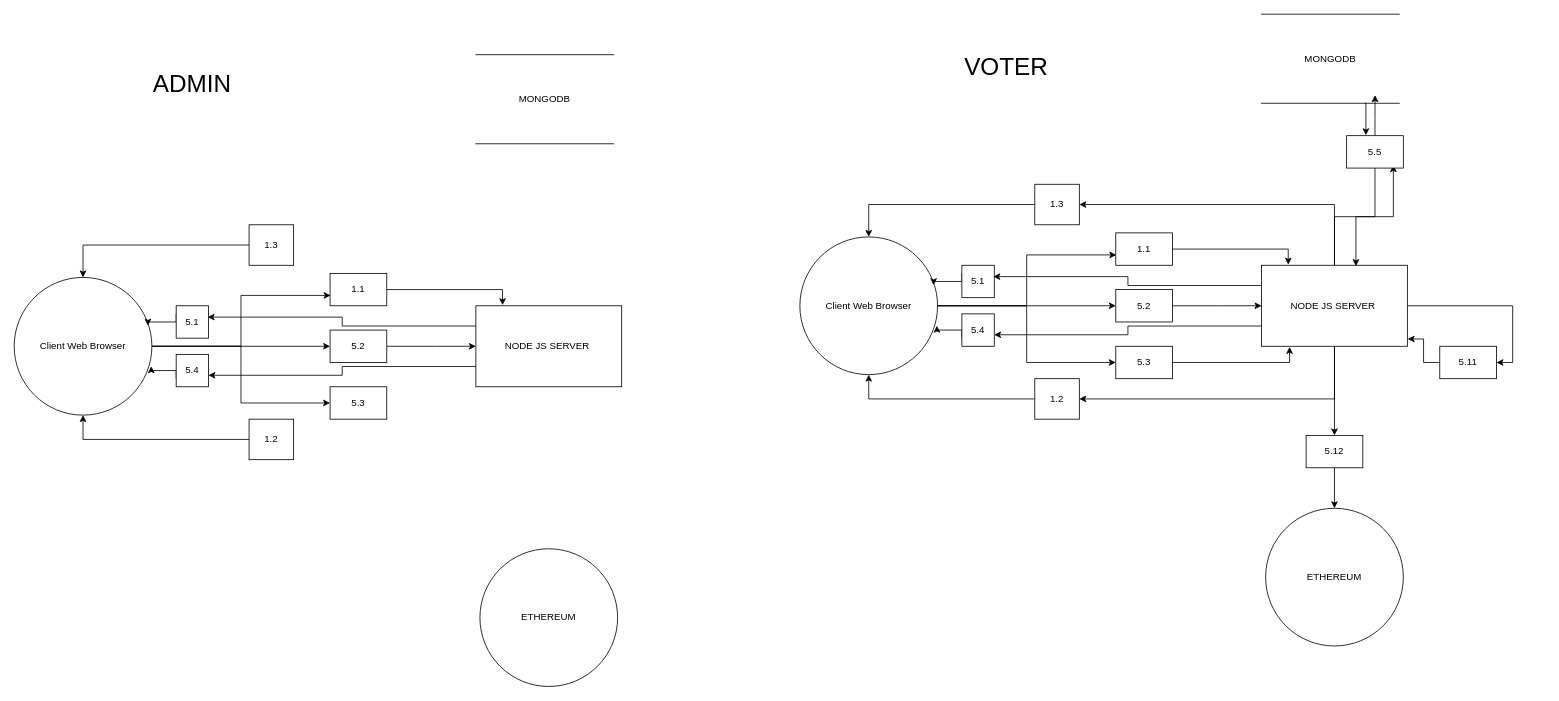
Before: ThreatDragonModels/PE-1/Untitled Diagram.drawio in Ramirez-Benmar/DFD1, a draw.io diagram. Source tidied: cells renumbered, new cells numbered last; positions are measured from the earlier drawing's top-left corner, leaving out a move shared by most shapes. Both pictures are drawn from the tidied source at 81%, with x=0, y=0 at pixel (14, 14).
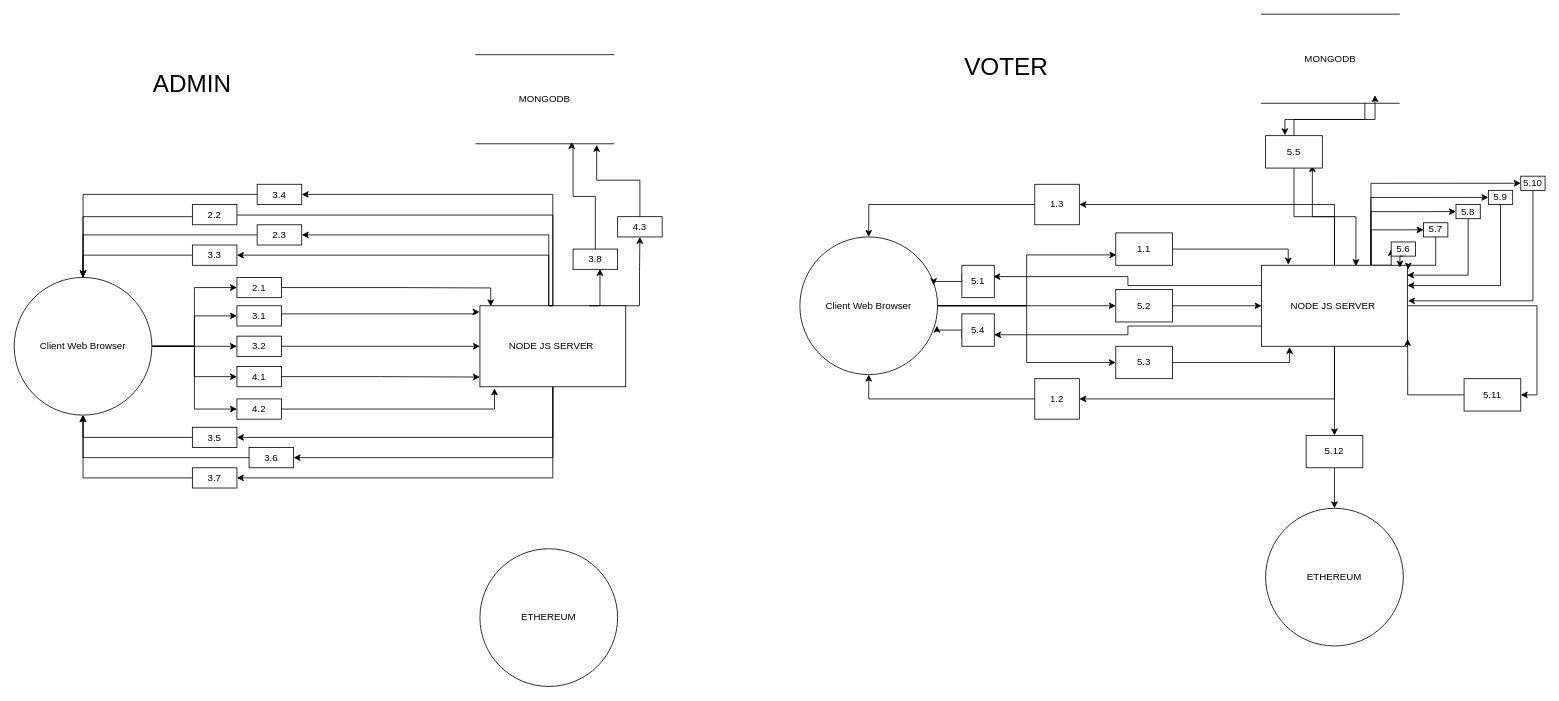
Above is the later version.

The change refers to these unchanged cells:
```xml
<mxCell id="10" value="NODE JS SERVER&amp;nbsp;" style="rounded=0;whiteSpace=wrap;html=1;" parent="1" vertex="1">
  <mxGeometry x="1540" y="310" width="180" height="100" as="geometry" />
</mxCell>
<mxCell id="41" value="Client Web Browser" style="ellipse;whiteSpace=wrap;html=1;" parent="1" vertex="1">
  <mxGeometry y="325" width="170" height="170" as="geometry" />
</mxCell>
<mxCell id="44" value="MONGODB" style="html=1;dashed=0;whiteSpace=wrap;shape=partialRectangle;right=0;left=0;" parent="1" vertex="1">
  <mxGeometry x="570" y="50" width="170" height="110" as="geometry" />
</mxCell>
```

The edit, as a diff of the source:
```diff
@@
+    <mxCell id="62" style="edgeStyle=orthogonalEdgeStyle;rounded=0;jettySize=auto;html=1;exitX=0.75;exitY=0;exitDx=0;exitDy=0;entryX=0;entryY=0.5;entryDx=0;entryDy=0;" parent="1" edge="1" source="10" target="109">
+      <mxGeometry relative="1" as="geometry" />
+    </mxCell>
+    <mxCell id="63" style="edgeStyle=orthogonalEdgeStyle;rounded=0;jettySize=auto;html=1;exitX=0.75;exitY=0;exitDx=0;exitDy=0;entryX=0;entryY=0.5;entryDx=0;entryDy=0;" parent="1" edge="1" source="10" target="110">
+      <mxGeometry relative="1" as="geometry" />
+    </mxCell>
+    <mxCell id="64" style="edgeStyle=orthogonalEdgeStyle;rounded=0;jettySize=auto;html=1;exitX=0.75;exitY=0;exitDx=0;exitDy=0;entryX=0;entryY=0.5;entryDx=0;entryDy=0;" parent="1" edge="1" source="10" target="111">
+      <mxGeometry relative="1" as="geometry" />
+    </mxCell>
+    <mxCell id="65" style="edgeStyle=orthogonalEdgeStyle;rounded=0;jettySize=auto;html=1;exitX=0.75;exitY=0;exitDx=0;exitDy=0;entryX=0;entryY=0.5;entryDx=0;entryDy=0;" parent="1" edge="1" source="10" target="113">
+      <mxGeometry relative="1" as="geometry" />
+    </mxCell>
+    <mxCell id="66" style="edgeStyle=orthogonalEdgeStyle;rounded=0;jettySize=auto;html=1;exitX=0.75;exitY=0;exitDx=0;exitDy=0;entryX=0;entryY=0.5;entryDx=0;entryDy=0;" parent="1" edge="1" source="10" target="114">
+      <mxGeometry relative="1" as="geometry" />
+    </mxCell>
@@
     <mxCell id="31" value="5.5" style="rounded=0;whiteSpace=wrap;html=1;" parent="1" vertex="1">
-      <mxGeometry x="1645" y="150" width="70" height="40" as="geometry" />
+      <mxGeometry x="1545" y="150" width="70" height="40" as="geometry" />
     </mxCell>
@@
     <mxCell id="36" value="5.11" style="rounded=0;whiteSpace=wrap;html=1;" parent="1" vertex="1">
-      <mxGeometry x="1760" y="410" width="70" height="40" as="geometry" />
+      <mxGeometry x="1790" y="450" width="70" height="40" as="geometry" />
     </mxCell>
     <mxCell id="37" style="edgeStyle=orthogonalEdgeStyle;rounded=0;jettySize=auto;html=1;exitX=0;exitY=0.5;exitDx=0;exitDy=0;entryX=1.002;entryY=0.91;entryDx=0;entryDy=0;entryPerimeter=0;" parent="1" edge="1" source="36" target="10">
-      <mxGeometry relative="1" as="geometry" />
+      <mxGeometry relative="1" as="geometry">
+        <Array as="points">
+          <mxPoint x="1720" y="470" />
+        </Array>
+      </mxGeometry>
     </mxCell>
-    <mxCell id="38" style="edgeStyle=orthogonalEdgeStyle;rounded=0;jettySize=auto;html=1;entryX=0.183;entryY=-0.008;entryDx=0;entryDy=0;entryPerimeter=0;" parent="1" edge="1" source="46" target="42">
-      <mxGeometry relative="1" as="geometry" />
-    </mxCell>
-    <mxCell id="39" style="edgeStyle=orthogonalEdgeStyle;rounded=0;jettySize=auto;html=1;entryX=0;entryY=0.5;entryDx=0;entryDy=0;" parent="1" edge="1" source="41" target="47">
-      <mxGeometry relative="1" as="geometry" />
-    </mxCell>
-    <mxCell id="40" style="edgeStyle=orthogonalEdgeStyle;rounded=0;jettySize=auto;html=1;entryX=0;entryY=0.5;entryDx=0;entryDy=0;" parent="1" edge="1" source="41" target="48">
-      <mxGeometry relative="1" as="geometry" />
-    </mxCell>
+    <mxCell id="67" style="edgeStyle=orthogonalEdgeStyle;rounded=0;jettySize=auto;html=1;" parent="1" edge="1" source="41" target="80">
+      <mxGeometry relative="1" as="geometry" />
+    </mxCell>
+    <mxCell id="68" style="edgeStyle=orthogonalEdgeStyle;rounded=0;jettySize=auto;html=1;exitX=1;exitY=0.5;exitDx=0;exitDy=0;entryX=-0.003;entryY=0.076;entryDx=0;entryDy=0;entryPerimeter=0;" parent="1" edge="1" source="81" target="42">
+      <mxGeometry relative="1" as="geometry">
+        <Array as="points">
+          <mxPoint x="330" y="370" />
+          <mxPoint x="570" y="370" />
+        </Array>
+      </mxGeometry>
+    </mxCell>
+    <mxCell id="69" style="edgeStyle=orthogonalEdgeStyle;rounded=0;jettySize=auto;html=1;entryX=0;entryY=0.5;entryDx=0;entryDy=0;" parent="1" edge="1" source="83" target="42">
+      <mxGeometry relative="1" as="geometry" />
+    </mxCell>
+    <mxCell id="70" style="edgeStyle=orthogonalEdgeStyle;rounded=0;jettySize=auto;html=1;exitX=1;exitY=0.5;exitDx=0;exitDy=0;entryX=0;entryY=0.88;entryDx=0;entryDy=0;entryPerimeter=0;" parent="1" edge="1" source="84" target="42">
+      <mxGeometry relative="1" as="geometry">
+        <Array as="points">
+          <mxPoint x="452" y="448" />
+        </Array>
+      </mxGeometry>
+    </mxCell>
+    <mxCell id="71" style="edgeStyle=orthogonalEdgeStyle;rounded=0;jettySize=auto;html=1;exitX=1;exitY=0.5;exitDx=0;exitDy=0;entryX=0;entryY=0.5;entryDx=0;entryDy=0;" parent="1" edge="1" source="41" target="84">
+      <mxGeometry relative="1" as="geometry" />
+    </mxCell>
+    <mxCell id="72" style="edgeStyle=orthogonalEdgeStyle;rounded=0;jettySize=auto;html=1;exitX=1;exitY=0.5;exitDx=0;exitDy=0;entryX=0;entryY=0.5;entryDx=0;entryDy=0;" parent="1" edge="1" source="41" target="86">
+      <mxGeometry relative="1" as="geometry" />
+    </mxCell>
+    <mxCell id="73" style="edgeStyle=orthogonalEdgeStyle;rounded=0;jettySize=auto;html=1;exitX=1;exitY=0.5;exitDx=0;exitDy=0;entryX=0;entryY=0.5;entryDx=0;entryDy=0;" parent="1" edge="1" source="41" target="81">
+      <mxGeometry relative="1" as="geometry" />
+    </mxCell>
@@
+    <mxCell id="74" style="edgeStyle=orthogonalEdgeStyle;rounded=0;jettySize=auto;html=1;exitX=0.5;exitY=0;exitDx=0;exitDy=0;entryX=0.5;entryY=0;entryDx=0;entryDy=0;" parent="1" edge="1" source="88" target="41">
+      <mxGeometry relative="1" as="geometry">
+        <Array as="points">
+          <mxPoint x="85" y="250" />
+        </Array>
+      </mxGeometry>
+    </mxCell>
+    <mxCell id="75" style="edgeStyle=orthogonalEdgeStyle;rounded=0;jettySize=auto;html=1;exitX=0;exitY=0.5;exitDx=0;exitDy=0;entryX=0.5;entryY=1;entryDx=0;entryDy=0;" parent="1" edge="1" source="99" target="41">
+      <mxGeometry relative="1" as="geometry" />
+    </mxCell>
+    <mxCell id="76" style="edgeStyle=orthogonalEdgeStyle;rounded=0;jettySize=auto;html=1;exitX=0.5;exitY=1;exitDx=0;exitDy=0;entryX=1;entryY=0.5;entryDx=0;entryDy=0;" parent="1" edge="1" source="42" target="101">
+      <mxGeometry relative="1" as="geometry" />
+    </mxCell>
+    <mxCell id="77" style="edgeStyle=orthogonalEdgeStyle;rounded=0;jettySize=auto;html=1;exitX=0.5;exitY=1;exitDx=0;exitDy=0;entryX=1;entryY=0.5;entryDx=0;entryDy=0;" parent="1" edge="1" source="42" target="103">
+      <mxGeometry relative="1" as="geometry" />
+    </mxCell>
+    <mxCell id="78" style="edgeStyle=orthogonalEdgeStyle;rounded=0;jettySize=auto;html=1;exitX=0.75;exitY=0;exitDx=0;exitDy=0;entryX=0.5;entryY=1;entryDx=0;entryDy=0;" parent="1" edge="1" source="42" target="104">
+      <mxGeometry relative="1" as="geometry">
+        <Array as="points">
+          <mxPoint x="772" y="360" />
+          <mxPoint x="772" y="318" />
+        </Array>
+      </mxGeometry>
+    </mxCell>
     <mxCell id="42" value="NODE JS SERVER&amp;nbsp;" style="rounded=0;whiteSpace=wrap;html=1;" parent="1" vertex="1">
-      <mxGeometry x="570" y="360" width="180" height="100" as="geometry" />
+      <mxGeometry x="575" y="360" width="180" height="100" as="geometry" />
     </mxCell>
@@
-    <mxCell id="45" style="edgeStyle=orthogonalEdgeStyle;rounded=0;jettySize=auto;html=1;entryX=0.01;entryY=0.68;entryDx=0;entryDy=0;entryPerimeter=0;" parent="1" edge="1" source="41" target="46">
-      <mxGeometry relative="1" as="geometry" />
-    </mxCell>
-    <mxCell id="46" value="1.1" style="rounded=0;whiteSpace=wrap;html=1;" parent="1" vertex="1">
-      <mxGeometry x="390" y="320" width="70" height="40" as="geometry" />
-    </mxCell>
-    <mxCell id="47" value="5.2" style="rounded=0;whiteSpace=wrap;html=1;" parent="1" vertex="1">
-      <mxGeometry x="390" y="390" width="70" height="40" as="geometry" />
-    </mxCell>
-    <mxCell id="48" value="5.3" style="rounded=0;whiteSpace=wrap;html=1;" parent="1" vertex="1">
-      <mxGeometry x="390" y="460" width="70" height="40" as="geometry" />
-    </mxCell>
-    <mxCell id="49" style="edgeStyle=orthogonalEdgeStyle;rounded=0;jettySize=auto;html=1;entryX=0;entryY=0.5;entryDx=0;entryDy=0;" parent="1" edge="1" source="47" target="42">
-      <mxGeometry relative="1" as="geometry">
-        <Array as="points">
-          <mxPoint x="520" y="410" />
-          <mxPoint x="520" y="410" />
-        </Array>
-      </mxGeometry>
-    </mxCell>
-    <mxCell id="50" style="edgeStyle=orthogonalEdgeStyle;rounded=0;jettySize=auto;html=1;entryX=0.5;entryY=1;entryDx=0;entryDy=0;" parent="1" edge="1" source="51" target="41">
-      <mxGeometry relative="1" as="geometry" />
-    </mxCell>
-    <mxCell id="51" value="1.2" style="rounded=0;whiteSpace=wrap;html=1;" parent="1" vertex="1">
-      <mxGeometry x="290" y="500" width="55" height="50" as="geometry" />
-    </mxCell>
-    <mxCell id="52" style="edgeStyle=orthogonalEdgeStyle;rounded=0;jettySize=auto;html=1;entryX=0.5;entryY=0;entryDx=0;entryDy=0;" parent="1" edge="1" source="53" target="41">
-      <mxGeometry relative="1" as="geometry" />
-    </mxCell>
-    <mxCell id="53" value="1.3" style="rounded=0;whiteSpace=wrap;html=1;" parent="1" vertex="1">
-      <mxGeometry x="290" y="260" width="55" height="50" as="geometry" />
-    </mxCell>
-    <mxCell id="54" style="edgeStyle=orthogonalEdgeStyle;rounded=0;jettySize=auto;html=1;exitX=0;exitY=0.25;exitDx=0;exitDy=0;entryX=0.971;entryY=0.35;entryDx=0;entryDy=0;entryPerimeter=0;" parent="1" edge="1" source="57" target="41">
-      <mxGeometry relative="1" as="geometry">
-        <Array as="points">
-          <mxPoint x="200" y="380" />
-          <mxPoint x="165" y="380" />
-        </Array>
-      </mxGeometry>
-    </mxCell>
-    <mxCell id="55" style="edgeStyle=orthogonalEdgeStyle;rounded=0;jettySize=auto;html=1;exitX=0;exitY=0.75;exitDx=0;exitDy=0;entryX=0.995;entryY=0.645;entryDx=0;entryDy=0;entryPerimeter=0;" parent="1" edge="1" source="59" target="41">
-      <mxGeometry relative="1" as="geometry">
-        <Array as="points">
-          <mxPoint x="200" y="440" />
-          <mxPoint x="169" y="440" />
-        </Array>
-      </mxGeometry>
-    </mxCell>
-    <mxCell id="56" style="edgeStyle=orthogonalEdgeStyle;rounded=0;jettySize=auto;html=1;exitX=0;exitY=0.25;exitDx=0;exitDy=0;entryX=0.971;entryY=0.35;entryDx=0;entryDy=0;entryPerimeter=0;" parent="1" edge="1" source="42" target="57">
-      <mxGeometry relative="1" as="geometry" />
-    </mxCell>
-    <mxCell id="57" value="5.1" style="rounded=0;whiteSpace=wrap;html=1;" parent="1" vertex="1">
-      <mxGeometry x="200" y="360" width="40" height="40" as="geometry" />
-    </mxCell>
-    <mxCell id="58" style="edgeStyle=orthogonalEdgeStyle;rounded=0;jettySize=auto;html=1;exitX=0;exitY=0.75;exitDx=0;exitDy=0;entryX=0.995;entryY=0.645;entryDx=0;entryDy=0;entryPerimeter=0;" parent="1" edge="1" source="42" target="59">
-      <mxGeometry relative="1" as="geometry" />
-    </mxCell>
-    <mxCell id="59" value="5.4" style="rounded=0;whiteSpace=wrap;html=1;" parent="1" vertex="1">
-      <mxGeometry x="200" y="420" width="40" height="40" as="geometry" />
-    </mxCell>
@@
+    <mxCell id="79" style="edgeStyle=orthogonalEdgeStyle;rounded=0;jettySize=auto;html=1;entryX=0.074;entryY=0.007;entryDx=0;entryDy=0;entryPerimeter=0;" parent="1" edge="1" source="80" target="42">
+      <mxGeometry relative="1" as="geometry">
+        <Array as="points">
+          <mxPoint x="470" y="338" />
+          <mxPoint x="583" y="338" />
+        </Array>
+      </mxGeometry>
+    </mxCell>
+    <mxCell id="80" value="2.1" style="whiteSpace=wrap;html=1;" parent="1" vertex="1">
+      <mxGeometry x="275" y="325" width="55" height="25" as="geometry" />
+    </mxCell>
+    <mxCell id="81" value="3.1" style="whiteSpace=wrap;html=1;" parent="1" vertex="1">
+      <mxGeometry x="275" y="360" width="55" height="25" as="geometry" />
+    </mxCell>
+    <mxCell id="82" style="edgeStyle=orthogonalEdgeStyle;rounded=0;jettySize=auto;html=1;entryX=0;entryY=0.5;entryDx=0;entryDy=0;" parent="1" edge="1" source="41" target="83">
+      <mxGeometry relative="1" as="geometry" />
+    </mxCell>
+    <mxCell id="83" value="3.2" style="whiteSpace=wrap;html=1;" parent="1" vertex="1">
+      <mxGeometry x="275" y="397.5" width="55" height="25" as="geometry" />
+    </mxCell>
+    <mxCell id="84" value="4.1" style="whiteSpace=wrap;html=1;" parent="1" vertex="1">
+      <mxGeometry x="275" y="435" width="55" height="25" as="geometry" />
+    </mxCell>
+    <mxCell id="85" style="edgeStyle=orthogonalEdgeStyle;rounded=0;jettySize=auto;html=1;exitX=1;exitY=0.5;exitDx=0;exitDy=0;entryX=0.1;entryY=1.02;entryDx=0;entryDy=0;entryPerimeter=0;" parent="1" edge="1" source="86" target="42">
+      <mxGeometry relative="1" as="geometry" />
+    </mxCell>
+    <mxCell id="86" value="4.2" style="whiteSpace=wrap;html=1;" parent="1" vertex="1">
+      <mxGeometry x="275" y="475" width="55" height="25" as="geometry" />
+    </mxCell>
+    <mxCell id="87" style="edgeStyle=orthogonalEdgeStyle;rounded=0;jettySize=auto;html=1;exitX=0.5;exitY=0;exitDx=0;exitDy=0;entryX=0.5;entryY=0;entryDx=0;entryDy=0;" parent="1" edge="1" source="42" target="88">
+      <mxGeometry relative="1" as="geometry">
+        <Array as="points">
+          <mxPoint x="665" y="248" />
+          <mxPoint x="247" y="248" />
+        </Array>
+      </mxGeometry>
+    </mxCell>
+    <mxCell id="88" value="2.2" style="whiteSpace=wrap;html=1;" parent="1" vertex="1">
+      <mxGeometry x="220" y="235" width="55" height="25" as="geometry" />
+    </mxCell>
+    <mxCell id="89" style="edgeStyle=orthogonalEdgeStyle;rounded=0;jettySize=auto;html=1;exitX=0.5;exitY=0;exitDx=0;exitDy=0;entryX=1;entryY=0.5;entryDx=0;entryDy=0;" parent="1" edge="1" source="42" target="91">
+      <mxGeometry relative="1" as="geometry">
+        <Array as="points">
+          <mxPoint x="660" y="360" />
+          <mxPoint x="660" y="273" />
+        </Array>
+      </mxGeometry>
+    </mxCell>
+    <mxCell id="90" style="edgeStyle=orthogonalEdgeStyle;rounded=0;jettySize=auto;html=1;exitX=0;exitY=0.5;exitDx=0;exitDy=0;" parent="1" edge="1" source="91" target="41">
+      <mxGeometry relative="1" as="geometry" />
+    </mxCell>
+    <mxCell id="91" value="2.3" style="whiteSpace=wrap;html=1;" parent="1" vertex="1">
+      <mxGeometry x="300" y="260" width="55" height="25" as="geometry" />
+    </mxCell>
+    <mxCell id="92" style="edgeStyle=orthogonalEdgeStyle;rounded=0;jettySize=auto;html=1;exitX=0.5;exitY=0;exitDx=0;exitDy=0;entryX=1;entryY=0.5;entryDx=0;entryDy=0;" parent="1" edge="1" source="42" target="94">
+      <mxGeometry relative="1" as="geometry">
+        <Array as="points">
+          <mxPoint x="660" y="360" />
+          <mxPoint x="660" y="298" />
+        </Array>
+      </mxGeometry>
+    </mxCell>
+    <mxCell id="93" style="edgeStyle=orthogonalEdgeStyle;rounded=0;jettySize=auto;html=1;exitX=0;exitY=0.5;exitDx=0;exitDy=0;entryX=0.5;entryY=0;entryDx=0;entryDy=0;" parent="1" edge="1" source="94" target="41">
+      <mxGeometry relative="1" as="geometry" />
+    </mxCell>
+    <mxCell id="94" value="3.3" style="whiteSpace=wrap;html=1;" parent="1" vertex="1">
+      <mxGeometry x="220" y="285" width="55" height="25" as="geometry" />
+    </mxCell>
+    <mxCell id="95" style="edgeStyle=orthogonalEdgeStyle;rounded=0;jettySize=auto;html=1;exitX=0.5;exitY=0;exitDx=0;exitDy=0;entryX=1;entryY=0.5;entryDx=0;entryDy=0;" parent="1" edge="1" source="42" target="97">
+      <mxGeometry relative="1" as="geometry" />
+    </mxCell>
+    <mxCell id="96" style="edgeStyle=orthogonalEdgeStyle;rounded=0;jettySize=auto;html=1;exitX=0;exitY=0.5;exitDx=0;exitDy=0;entryX=0.5;entryY=0;entryDx=0;entryDy=0;" parent="1" edge="1" source="97" target="41">
+      <mxGeometry relative="1" as="geometry" />
+    </mxCell>
+    <mxCell id="97" value="3.4" style="whiteSpace=wrap;html=1;" parent="1" vertex="1">
+      <mxGeometry x="300" y="210" width="55" height="25" as="geometry" />
+    </mxCell>
+    <mxCell id="98" style="edgeStyle=orthogonalEdgeStyle;rounded=0;jettySize=auto;html=1;exitX=0.5;exitY=1;exitDx=0;exitDy=0;entryX=1;entryY=0.5;entryDx=0;entryDy=0;" parent="1" edge="1" source="42" target="99">
+      <mxGeometry relative="1" as="geometry" />
+    </mxCell>
+    <mxCell id="99" value="3.5" style="whiteSpace=wrap;html=1;" parent="1" vertex="1">
+      <mxGeometry x="220" y="510" width="55" height="25" as="geometry" />
+    </mxCell>
+    <mxCell id="100" style="edgeStyle=orthogonalEdgeStyle;rounded=0;jettySize=auto;html=1;exitX=0;exitY=0.5;exitDx=0;exitDy=0;entryX=0.5;entryY=1;entryDx=0;entryDy=0;" parent="1" edge="1" source="101" target="41">
+      <mxGeometry relative="1" as="geometry" />
+    </mxCell>
+    <mxCell id="101" value="3.6" style="whiteSpace=wrap;html=1;" parent="1" vertex="1">
+      <mxGeometry x="290" y="535" width="55" height="25" as="geometry" />
+    </mxCell>
+    <mxCell id="102" style="edgeStyle=orthogonalEdgeStyle;rounded=0;jettySize=auto;html=1;exitX=0;exitY=0.5;exitDx=0;exitDy=0;entryX=0.5;entryY=1;entryDx=0;entryDy=0;" parent="1" edge="1" source="103" target="41">
+      <mxGeometry relative="1" as="geometry" />
+    </mxCell>
+    <mxCell id="103" value="3.7" style="whiteSpace=wrap;html=1;" parent="1" vertex="1">
+      <mxGeometry x="220" y="560" width="55" height="25" as="geometry" />
+    </mxCell>
+    <mxCell id="104" value="4.3" style="whiteSpace=wrap;html=1;" parent="1" vertex="1">
+      <mxGeometry x="745" y="250" width="55" height="25" as="geometry" />
+    </mxCell>
+    <mxCell id="105" value="3.8" style="whiteSpace=wrap;html=1;" parent="1" vertex="1">
+      <mxGeometry x="690" y="290" width="55" height="25" as="geometry" />
+    </mxCell>
+    <mxCell id="106" style="edgeStyle=orthogonalEdgeStyle;rounded=0;jettySize=auto;html=1;exitX=0.75;exitY=0;exitDx=0;exitDy=0;entryX=0.604;entryY=0.979;entryDx=0;entryDy=0;entryPerimeter=0;" parent="1" edge="1" source="42" target="105">
+      <mxGeometry relative="1" as="geometry">
+        <Array as="points">
+          <mxPoint x="723" y="360" />
+        </Array>
+      </mxGeometry>
+    </mxCell>
+    <mxCell id="107" style="edgeStyle=orthogonalEdgeStyle;rounded=0;jettySize=auto;html=1;exitX=0.5;exitY=0;exitDx=0;exitDy=0;entryX=0.695;entryY=0.981;entryDx=0;entryDy=0;entryPerimeter=0;" parent="1" edge="1" source="105" target="44">
+      <mxGeometry relative="1" as="geometry">
+        <Array as="points">
+          <mxPoint x="718" y="225" />
+          <mxPoint x="690" y="225" />
+          <mxPoint x="690" y="161" />
+          <mxPoint x="688" y="161" />
+        </Array>
+      </mxGeometry>
+    </mxCell>
+    <mxCell id="108" style="edgeStyle=orthogonalEdgeStyle;rounded=0;jettySize=auto;html=1;exitX=0.5;exitY=0;exitDx=0;exitDy=0;entryX=0.877;entryY=1.013;entryDx=0;entryDy=0;entryPerimeter=0;" parent="1" edge="1" source="104" target="44">
+      <mxGeometry relative="1" as="geometry" />
+    </mxCell>
+    <mxCell id="109" value="5.6" style="rounded=0;whiteSpace=wrap;html=1;" parent="1" vertex="1">
+      <mxGeometry x="1700" y="281.2" width="30" height="17.5" as="geometry" />
+    </mxCell>
+    <mxCell id="110" value="5.7" style="rounded=0;whiteSpace=wrap;html=1;" parent="1" vertex="1">
+      <mxGeometry x="1740" y="257.5" width="30" height="17.5" as="geometry" />
+    </mxCell>
+    <mxCell id="111" value="5.8" style="rounded=0;whiteSpace=wrap;html=1;" parent="1" vertex="1">
+      <mxGeometry x="1780" y="235" width="30" height="17.5" as="geometry" />
+    </mxCell>
+    <mxCell id="112" style="edgeStyle=orthogonalEdgeStyle;rounded=0;jettySize=auto;html=1;exitX=0.5;exitY=1;exitDx=0;exitDy=0;entryX=1;entryY=0.25;entryDx=0;entryDy=0;" parent="1" edge="1" source="113" target="10">
+      <mxGeometry relative="1" as="geometry" />
+    </mxCell>
+    <mxCell id="113" value="5.9" style="rounded=0;whiteSpace=wrap;html=1;" parent="1" vertex="1">
+      <mxGeometry x="1820" y="217.5" width="30" height="17.5" as="geometry" />
+    </mxCell>
+    <mxCell id="114" value="5.10" style="rounded=0;whiteSpace=wrap;html=1;" parent="1" vertex="1">
+      <mxGeometry x="1860" y="200" width="30" height="17.5" as="geometry" />
+    </mxCell>
+    <mxCell id="115" style="edgeStyle=orthogonalEdgeStyle;rounded=0;jettySize=auto;html=1;exitX=0.5;exitY=1;exitDx=0;exitDy=0;entryX=1.004;entryY=0.439;entryDx=0;entryDy=0;entryPerimeter=0;" parent="1" edge="1" source="114" target="10">
+      <mxGeometry relative="1" as="geometry" />
+    </mxCell>
+    <mxCell id="116" style="edgeStyle=orthogonalEdgeStyle;rounded=0;jettySize=auto;html=1;exitX=0.5;exitY=1;exitDx=0;exitDy=0;entryX=0.998;entryY=0.122;entryDx=0;entryDy=0;entryPerimeter=0;" parent="1" edge="1" source="111" target="10">
+      <mxGeometry relative="1" as="geometry" />
+    </mxCell>
+    <mxCell id="117" style="edgeStyle=orthogonalEdgeStyle;rounded=0;jettySize=auto;html=1;exitX=0.5;exitY=1;exitDx=0;exitDy=0;entryX=1.006;entryY=0.053;entryDx=0;entryDy=0;entryPerimeter=0;" parent="1" edge="1" source="110" target="10">
+      <mxGeometry relative="1" as="geometry">
+        <Array as="points">
+          <mxPoint x="1755" y="310" />
+          <mxPoint x="1721" y="310" />
+        </Array>
+      </mxGeometry>
+    </mxCell>
+    <mxCell id="118" style="edgeStyle=orthogonalEdgeStyle;rounded=0;jettySize=auto;html=1;exitX=0.5;exitY=1;exitDx=0;exitDy=0;entryX=0.949;entryY=0.029;entryDx=0;entryDy=0;entryPerimeter=0;" parent="1" edge="1" source="109" target="10">
+      <mxGeometry relative="1" as="geometry" />
+    </mxCell>
```
